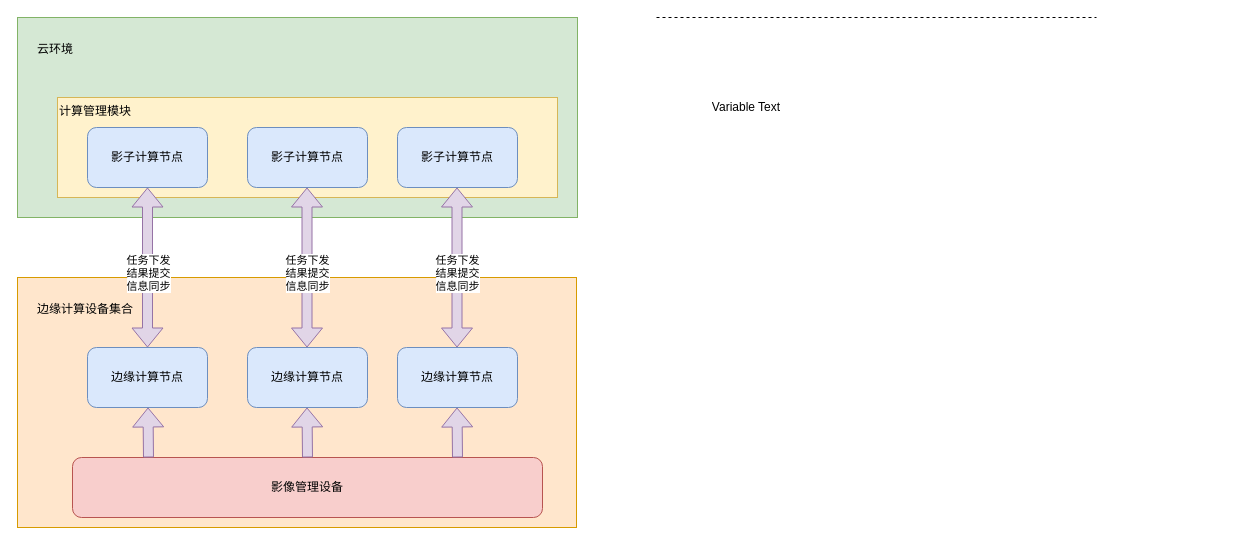
Before: 计算流程.drawio in dforel/dforel, a draw.io diagram. Source tidied: cells renumbered, new cells numbered last; positions are measured from the earlier drawing's top-left corner, leaving out a move shared by most shapes. Both pictures are drawn from the tidied source at 100%, with x=0, y=0 at pixel (17, 17).
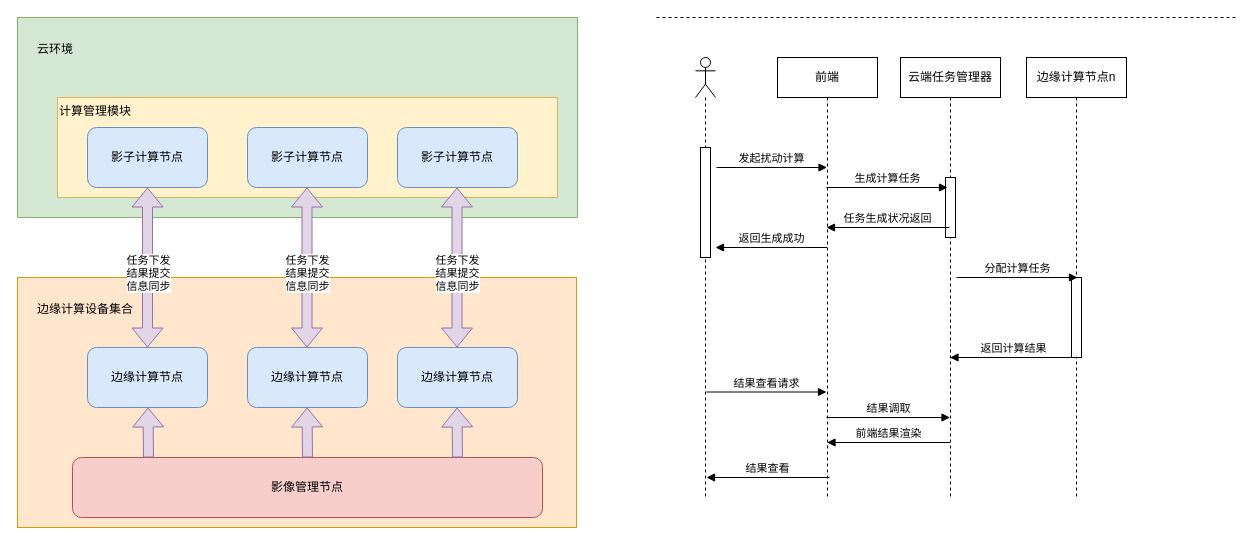
The same diagram, later.

Commit message (it also covers changes not shown here):
更新计算流程.drawio

Change to the diagram source:
```diff
@@
-    <mxCell id="17" value="影像管理设备" style="rounded=1;whiteSpace=wrap;html=1;fillColor=#f8cecc;strokeColor=#b85450;" parent="1" vertex="1">
+    <mxCell id="17" value="影像管理节点" style="rounded=1;whiteSpace=wrap;html=1;fillColor=#f8cecc;strokeColor=#b85450;" parent="1" vertex="1">
       <mxGeometry x="55" y="440" width="470" height="60" as="geometry" />
     </mxCell>
@@
     <mxCell id="21" style="endArrow=none;dashed=1;html=1;rounded=0;" parent="1" edge="1">
       <mxGeometry relative="1" as="geometry">
         <mxPoint x="639" as="sourcePoint" />
-        <mxPoint x="1079" as="targetPoint" />
+        <mxPoint x="1219" as="targetPoint" />
       </mxGeometry>
     </mxCell>
-    <object id="22" label="%name% Text" name="Variable" placeholders="1">
-      <mxCell style="text;html=1;strokeColor=none;fillColor=none;align=center;verticalAlign=middle;whiteSpace=wrap;overflow=hidden;" parent="1" vertex="1">
-        <mxGeometry x="689" y="80" width="80" height="20" as="geometry" />
-      </mxCell>
-    </object>
+    <mxCell id="23" style="shape=umlLifeline;perimeter=lifelinePerimeter;whiteSpace=wrap;html=1;newEdgeStyle={&quot;curved&quot;:0,&quot;rounded&quot;:0};participant=umlActor;size=40;" parent="1" vertex="1">
+      <mxGeometry x="678" y="40" width="20" height="440" as="geometry" />
+    </mxCell>
+    <mxCell id="24" style="html=1;perimeter=orthogonalPerimeter;targetShapes=umlLifeline;newEdgeStyle={&quot;curved&quot;:0,&quot;rounded&quot;:0};" parent="23" vertex="1">
+      <mxGeometry x="5" y="90" width="10" height="110" as="geometry" />
+    </mxCell>
+    <mxCell id="25" value="云端任务管理器" style="shape=umlLifeline;perimeter=lifelinePerimeter;whiteSpace=wrap;html=1;outlineConnect=0;portConstraint=eastwest;newEdgeStyle={&quot;curved&quot;:0,&quot;rounded&quot;:0};" parent="1" vertex="1">
+      <mxGeometry x="883" y="40" width="100" height="440" as="geometry" />
+    </mxCell>
+    <mxCell id="26" style="html=1;perimeter=orthogonalPerimeter;targetShapes=umlLifeline;newEdgeStyle={&quot;curved&quot;:0,&quot;rounded&quot;:0};" parent="25" vertex="1">
+      <mxGeometry x="45" y="120" width="10" height="60" as="geometry" />
+    </mxCell>
+    <mxCell id="27" value="边缘计算节点n" style="shape=umlLifeline;perimeter=lifelinePerimeter;whiteSpace=wrap;html=1;newEdgeStyle={&quot;curved&quot;:0,&quot;rounded&quot;:0};" parent="1" vertex="1">
+      <mxGeometry x="1009" y="40" width="100" height="440" as="geometry" />
+    </mxCell>
+    <mxCell id="28" style="html=1;perimeter=orthogonalPerimeter;targetShapes=umlLifeline;newEdgeStyle={&quot;curved&quot;:0,&quot;rounded&quot;:0};" parent="27" vertex="1">
+      <mxGeometry x="45" y="220" width="10" height="80" as="geometry" />
+    </mxCell>
+    <mxCell id="29" value="前端" style="shape=umlLifeline;perimeter=lifelinePerimeter;whiteSpace=wrap;html=1;outlineConnect=0;portConstraint=eastwest;newEdgeStyle={&quot;curved&quot;:0,&quot;rounded&quot;:0};" parent="1" vertex="1">
+      <mxGeometry x="760" y="40" width="100" height="440" as="geometry" />
+    </mxCell>
+    <mxCell id="30" value="发起扰动计算" style="html=1;verticalAlign=bottom;endArrow=block;curved=0;rounded=0;" parent="1" edge="1" target="29">
+      <mxGeometry relative="1" as="geometry">
+        <mxPoint x="699" y="150" as="sourcePoint" />
+      </mxGeometry>
+    </mxCell>
+    <mxCell id="31" value="生成计算任务" style="html=1;verticalAlign=bottom;endArrow=block;curved=0;rounded=0;" parent="1" edge="1">
+      <mxGeometry relative="1" as="geometry">
+        <mxPoint x="809" y="170" as="sourcePoint" />
+        <mxPoint x="930" y="170" as="targetPoint" />
+      </mxGeometry>
+    </mxCell>
+    <mxCell id="32" value="分配计算任务" style="html=1;verticalAlign=bottom;endArrow=block;curved=0;rounded=0;" parent="1" edge="1">
+      <mxGeometry relative="1" as="geometry">
+        <mxPoint x="939" y="260" as="sourcePoint" />
+        <mxPoint x="1060" y="260" as="targetPoint" />
+      </mxGeometry>
+    </mxCell>
+    <mxCell id="33" value="返回生成成功" style="html=1;verticalAlign=bottom;endArrow=block;curved=0;rounded=0;" parent="1" edge="1">
+      <mxGeometry relative="1" as="geometry">
+        <mxPoint x="809.5" y="230" as="sourcePoint" />
+        <mxPoint x="698" y="230" as="targetPoint" />
+      </mxGeometry>
+    </mxCell>
+    <mxCell id="34" value="返回计算结果" style="html=1;verticalAlign=bottom;endArrow=block;curved=0;rounded=0;" parent="1" edge="1">
+      <mxGeometry relative="1" as="geometry">
+        <mxPoint x="1058.5" y="340" as="sourcePoint" />
+        <mxPoint x="932.5" y="340" as="targetPoint" />
+      </mxGeometry>
+    </mxCell>
+    <mxCell id="35" value="前端结果渲染" style="html=1;verticalAlign=bottom;endArrow=block;curved=0;rounded=0;" parent="1" edge="1">
+      <mxGeometry relative="1" as="geometry">
+        <mxPoint x="932.5" y="425" as="sourcePoint" />
+        <mxPoint x="809.5" y="425" as="targetPoint" />
+      </mxGeometry>
+    </mxCell>
+    <mxCell id="36" value="结果查看请求" style="html=1;verticalAlign=bottom;endArrow=block;curved=0;rounded=0;exitX=0.55;exitY=0.775;exitDx=0;exitDy=0;exitPerimeter=0;" parent="1" edge="1">
+      <mxGeometry relative="1" as="geometry">
+        <mxPoint x="689" y="374.5" as="sourcePoint" />
+        <mxPoint x="809" y="374.5" as="targetPoint" />
+      </mxGeometry>
+    </mxCell>
+    <mxCell id="37" value="结果调取" style="html=1;verticalAlign=bottom;endArrow=block;curved=0;rounded=0;" parent="1" edge="1" target="25">
+      <mxGeometry relative="1" as="geometry">
+        <mxPoint x="809" y="400" as="sourcePoint" />
+      </mxGeometry>
+    </mxCell>
+    <mxCell id="38" value="结果查看" style="html=1;verticalAlign=bottom;endArrow=block;curved=0;rounded=0;" parent="1" edge="1">
+      <mxGeometry relative="1" as="geometry">
+        <mxPoint x="812" y="460" as="sourcePoint" />
+        <mxPoint x="689" y="460" as="targetPoint" />
+      </mxGeometry>
+    </mxCell>
+    <mxCell id="39" value="任务生成状况返回" style="html=1;verticalAlign=bottom;endArrow=block;curved=0;rounded=0;" parent="1" edge="1">
+      <mxGeometry relative="1" as="geometry">
+        <mxPoint x="932" y="210" as="sourcePoint" />
+        <mxPoint x="809" y="210" as="targetPoint" />
+      </mxGeometry>
+    </mxCell>
```
